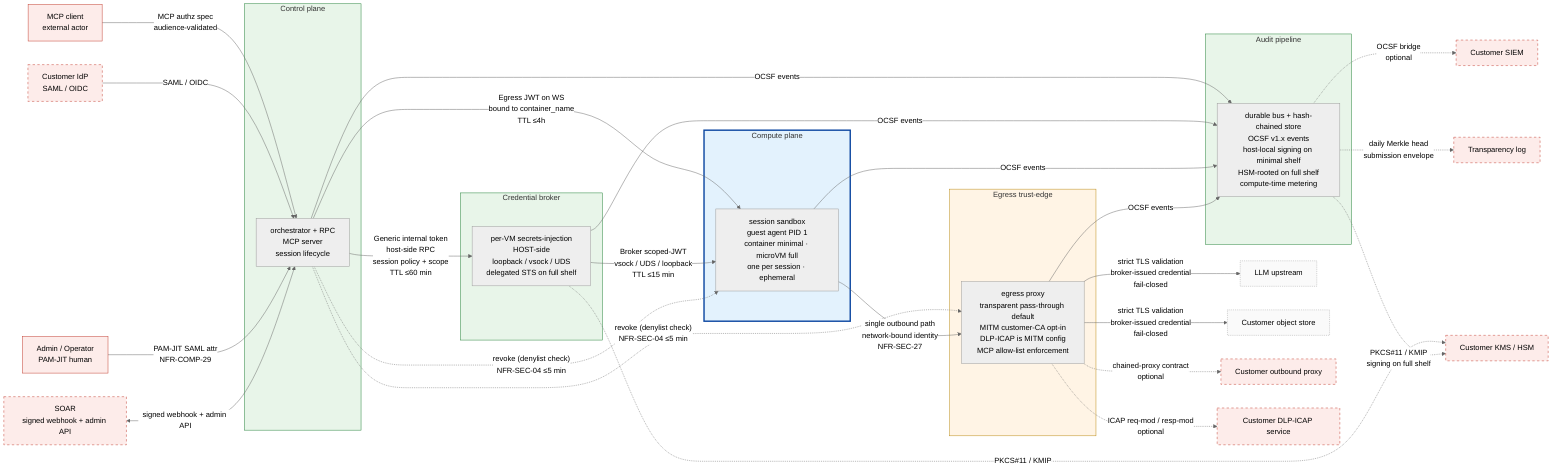
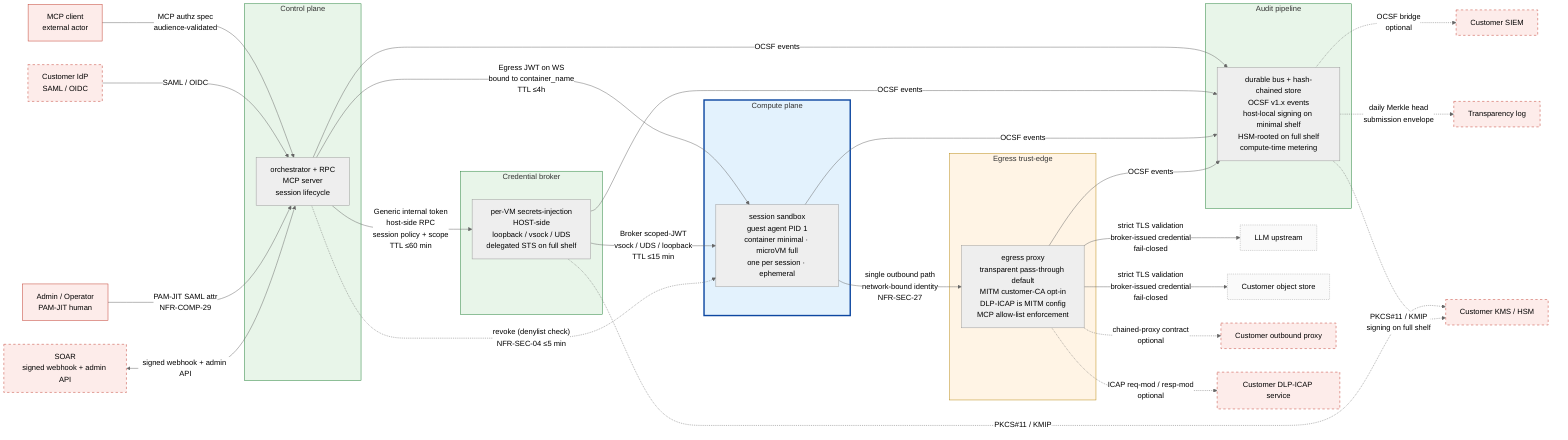
%% SPDX-License-Identifier: FSL-1.1-Apache-2.0
%% Copyright (c) 2025 Open Computer Use Contributors
%% Canonical Layer 3 trust-zone diagram. Referenced from docs/architecture/02-trust-boundaries.md §5.
%% Convention: solid subgraph border = always present; dashed border = optional configuration.
%% Palette (project convention): red untrusted / amber semi-trusted / green trusted / blue isolated.

%%{init: {"theme": "neutral"} }%%
flowchart LR

    %% ─── external actors (untrusted; rendered as plain nodes, not subgraphs) ───
    MCPC[MCP client<br/>external actor]:::ext
    IDP[Customer IdP<br/>SAML / OIDC]:::extOpt
    LLM[LLM upstream]:::endpoint
    OBJ[Customer object store]:::endpoint
    CPROXY[Customer outbound proxy]:::extOpt
    ICAP[Customer DLP-ICAP service]:::extOpt
    SIEM[Customer SIEM]:::extOpt
    KMS[Customer KMS / HSM]:::extOpt
    SOAR[SOAR<br/>signed webhook + admin API]:::extOpt
    OPER[Admin / Operator<br/>PAM-JIT human]:::ext
    TLOG[Transparency log]:::extOpt

    %% ─── our zones ───
    subgraph CP[Control plane]
        ORCH[orchestrator + RPC<br/>MCP server<br/>session lifecycle]
    end

    subgraph BROKER[Credential broker]
        BR[per-VM secrets-injection<br/>HOST-side<br/>loopback / vsock / UDS<br/>delegated STS on full shelf]
    end

    subgraph COMPUTE[Compute plane]
        VM[session sandbox<br/>guest agent PID 1<br/>container minimal · microVM full<br/>one per session · ephemeral]
    end

    subgraph EDGE[Egress trust-edge]
        PROXY[egress proxy<br/>transparent pass-through default<br/>MITM customer-CA opt-in<br/>DLP-ICAP is MITM config<br/>MCP allow-list enforcement]
    end

    subgraph AUDIT[Audit pipeline]
        BUS[durable bus + hash-chained store<br/>OCSF v1.x events<br/>host-local signing on minimal shelf<br/>HSM-rooted on full shelf<br/>compute-time metering]
    end

    %% ─── inbound edges ───
    MCPC -->|"MCP authz spec<br/>audience-validated"| ORCH
    IDP -->|SAML / OIDC| ORCH
    OPER -->|PAM-JIT SAML attr<br/>NFR-COMP-29| ORCH
    SOAR <-->|signed webhook + admin API| ORCH

    %% ─── internal edges (encrypted in transit; NFR-SEC-37) ───
    ORCH -->|"Generic internal token<br/>host-side RPC<br/>session policy + scope<br/>TTL ≤60 min"| BR
    ORCH -->|"Egress JWT on WS<br/>bound to container_name<br/>TTL ≤4h"| VM
    BR -->|"Broker scoped-JWT<br/>vsock / UDS / loopback<br/>TTL ≤15 min"| VM

    %% ─── revoke channel (denylist; independent of IdP reachability) ───
+     %% Compute plane gets a direct denylist check (Egress JWT TTL ≤4h needs it);
+     %% Egress trust-edge revoke is indirect via Credential broker scoped-JWT
+     %% non-reissue (TTL ≤15 min caps propagation), so no direct ORCH→PROXY edge.
    ORCH -.->|"revoke (denylist check)<br/>NFR-SEC-04 ≤5 min"| VM
-     ORCH -.->|"revoke (denylist check)<br/>NFR-SEC-04 ≤5 min"| PROXY

    %% ─── egress edges ───
    VM -->|"single outbound path<br/>network-bound identity<br/>NFR-SEC-27"| PROXY
    PROXY -->|"strict TLS validation<br/>broker-issued credential<br/>fail-closed"| LLM
    PROXY -->|"strict TLS validation<br/>broker-issued credential<br/>fail-closed"| OBJ
    PROXY -.->|"chained-proxy contract<br/>optional"| CPROXY
    PROXY -.->|"ICAP req-mod / resp-mod<br/>optional"| ICAP

    %% ─── audit edges (every named zone emits OCSF events) ───
    ORCH -->|OCSF events| BUS
    BR -->|OCSF events| BUS
    VM -->|OCSF events| BUS
    PROXY -->|OCSF events| BUS

    %% ─── audit egress ───
    BUS -.->|"OCSF bridge<br/>optional"| SIEM
    BUS -.->|"daily Merkle head<br/>submission envelope"| TLOG

    %% ─── KMS path (optional, full-capability shelf only) ───
    BR -.->|"PKCS#11 / KMIP"| KMS
    BUS -.->|"PKCS#11 / KMIP<br/>signing on full shelf"| KMS

    %% ─── styling (project palette: red untrusted / amber semi-trusted / green trusted / blue isolated) ───
    classDef ext fill:#fdecea,stroke:#c0392b,stroke-width:1px;
    classDef extOpt fill:#fdecea,stroke:#c0392b,stroke-dasharray: 5 5;
    classDef endpoint fill:#fafafa,stroke:#9e9e9e,stroke-dasharray: 2 2;
    style CP fill:#e8f5e9,stroke:#1e7e34,stroke-width:1px;
    style BROKER fill:#e8f5e9,stroke:#1e7e34,stroke-width:1px;
    style COMPUTE fill:#e3f2fd,stroke:#0d47a1,stroke-width:3px;
    style EDGE fill:#fff4e5,stroke:#b8860b,stroke-width:1px;
    style AUDIT fill:#e8f5e9,stroke:#1e7e34,stroke-width:1px;
